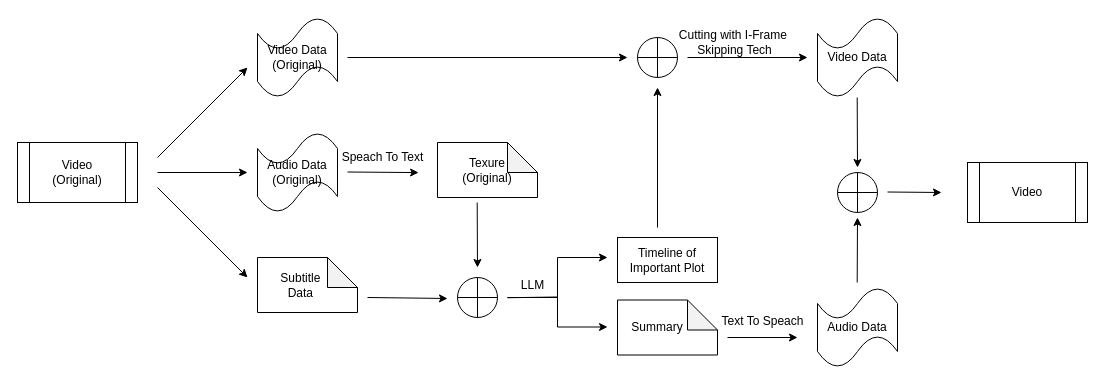
ooooona/toolkits keeps this draw.io diagram as page "System Archetecture" (1 of 4) of 未命名绘图.drawio. Above is the earlier version. Source tidied: cells renumbered, new cells numbered last; positions are measured from the earlier drawing's top-left corner, leaving out a move shared by most shapes. Both pictures are drawn from the tidied source at 100%, with x=0, y=0 at pixel (17, 17).
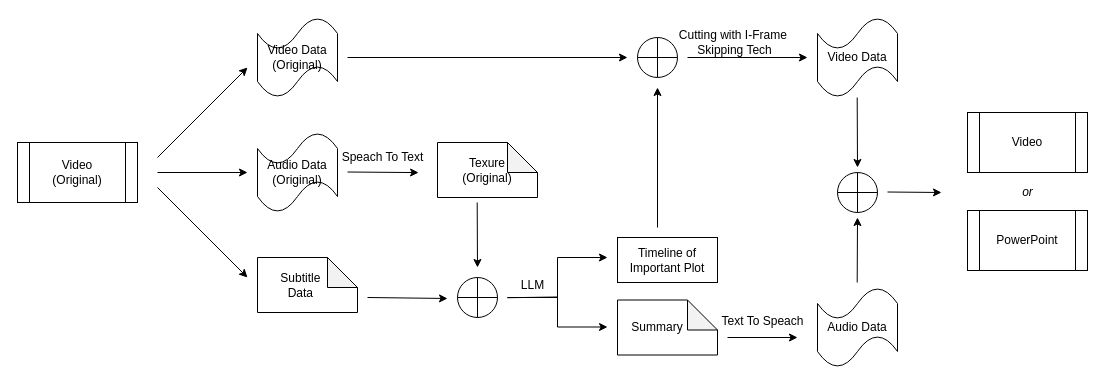
Above is the later version.

Commit message:
更新未命名绘图.drawio

The edit, as a diff of the source:
```diff
@@
     <mxCell id="33" value="Video" style="shape=process;whiteSpace=wrap;html=1;backgroundOutline=1;" parent="1" vertex="1">
-      <mxGeometry x="950" y="145" width="120" height="60" as="geometry" />
+      <mxGeometry x="950" y="95" width="120" height="60" as="geometry" />
     </mxCell>
+    <mxCell id="34" value="&lt;i&gt;or&lt;/i&gt;" style="text;html=1;align=center;verticalAlign=middle;strokeColor=none;fillColor=none;" parent="1" vertex="1">
+      <mxGeometry x="995" y="160" width="30" height="30" as="geometry" />
+    </mxCell>
+    <mxCell id="35" value="PowerPoint" style="shape=process;whiteSpace=wrap;html=1;backgroundOutline=1;" parent="1" vertex="1">
+      <mxGeometry x="950" y="193" width="120" height="60" as="geometry" />
+    </mxCell>
```
